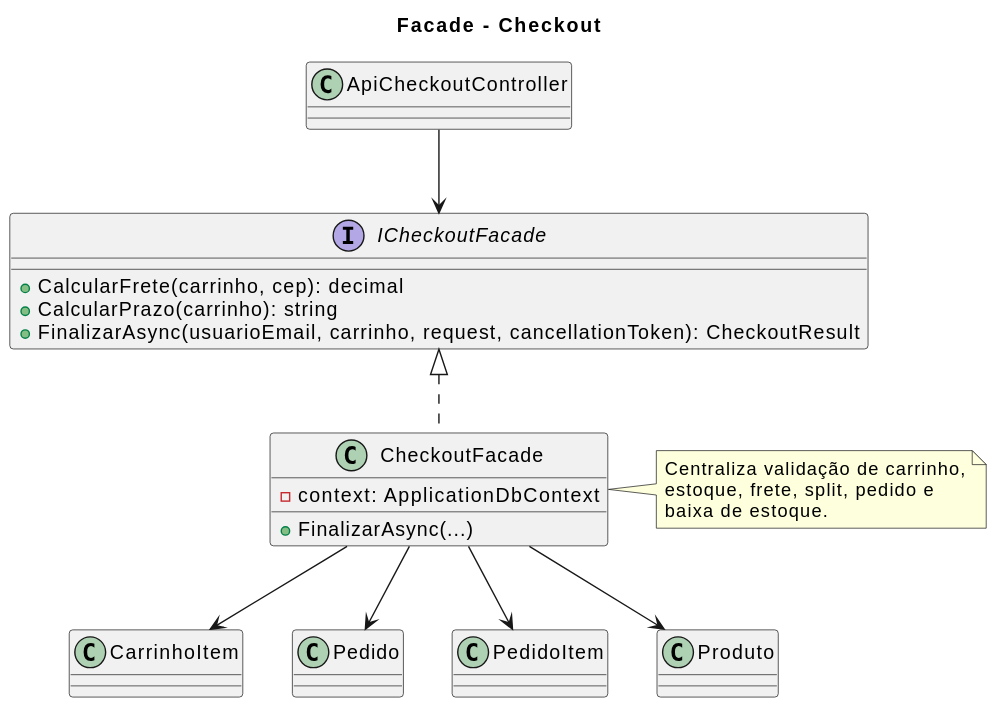
Earlier version of the PlantUML export docs/Entrega 4/padroes/uml/rendered/facade-checkout.svg (EduardoSilvaNegreiros/TrabalhoFaculdade5Semestre2026).
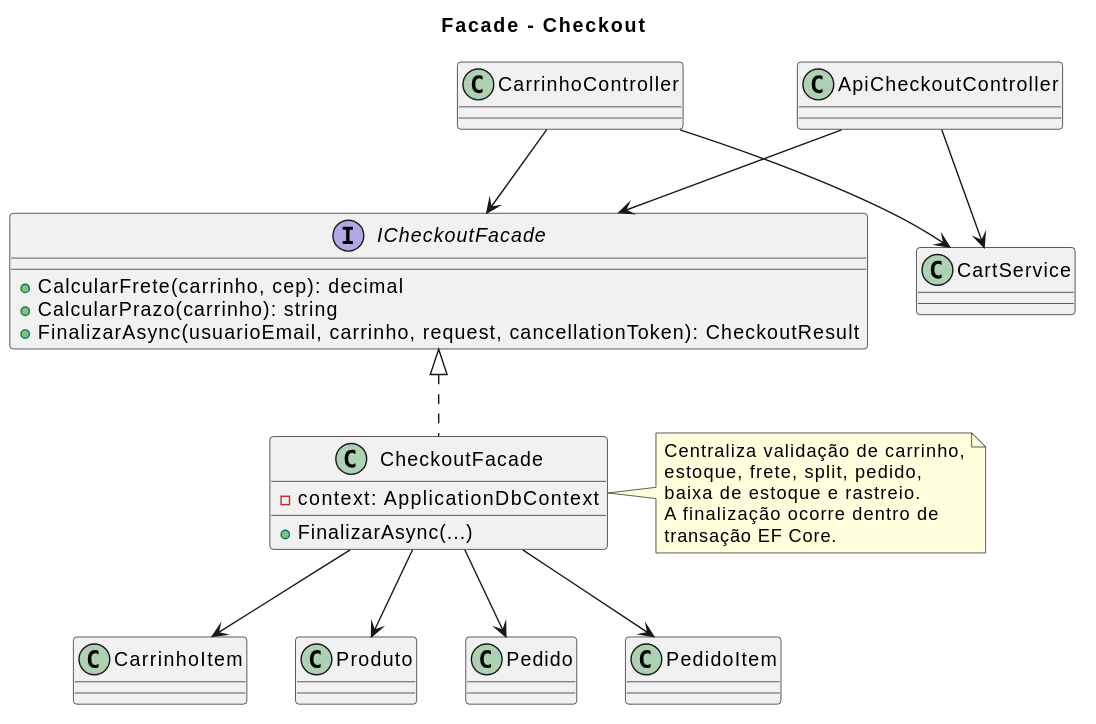
After the commit.

The edit, as a diff of the source:
```diff
@@ -12,14 +12,19 @@
   +FinalizarAsync(...)
 }
 
+class CarrinhoController
 class ApiCheckoutController
+class CartService
 class CarrinhoItem
+class Produto
 class Pedido
 class PedidoItem
-class Produto
 
 ICheckoutFacade <|.. CheckoutFacade
+CarrinhoController --> ICheckoutFacade
 ApiCheckoutController --> ICheckoutFacade
+CarrinhoController --> CartService
+ApiCheckoutController --> CartService
 CheckoutFacade --> CarrinhoItem
 CheckoutFacade --> Produto
 CheckoutFacade --> Pedido
@@ -27,7 +32,9 @@
 
 note right of CheckoutFacade
 Centraliza validação de carrinho,
-estoque, frete, split, pedido e
-baixa de estoque.
+estoque, frete, split, pedido,
+baixa de estoque e rastreio.
+A finalização ocorre dentro de
+transação EF Core.
 end note
 @enduml
```
